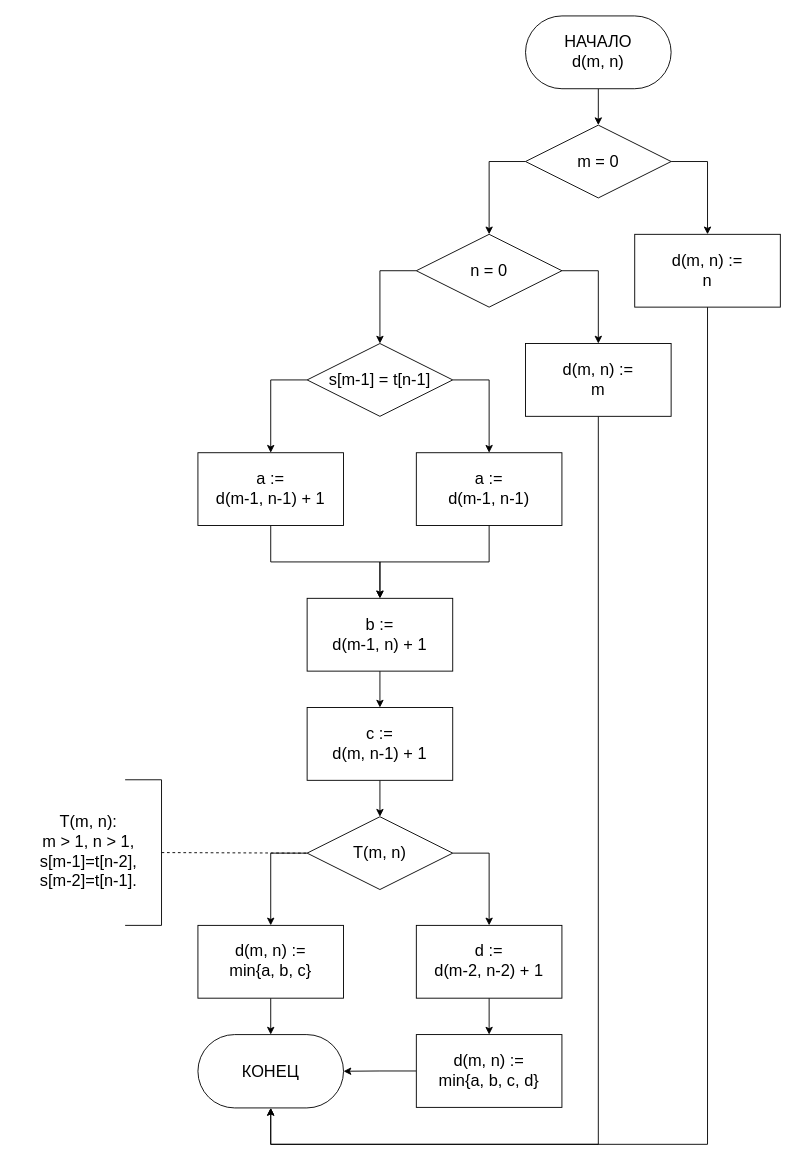
This is lab-01/report/alg-dl-recursive.drawio from spkirich/bmstu-aa, a draw.io file, before an edit. Source tidied: cells renumbered, new cells numbered last; positions are measured from the earlier drawing's top-left corner, leaving out a move shared by most shapes. Both pictures are drawn from the tidied source at 91%, with x=0, y=0 at pixel (15, 15).
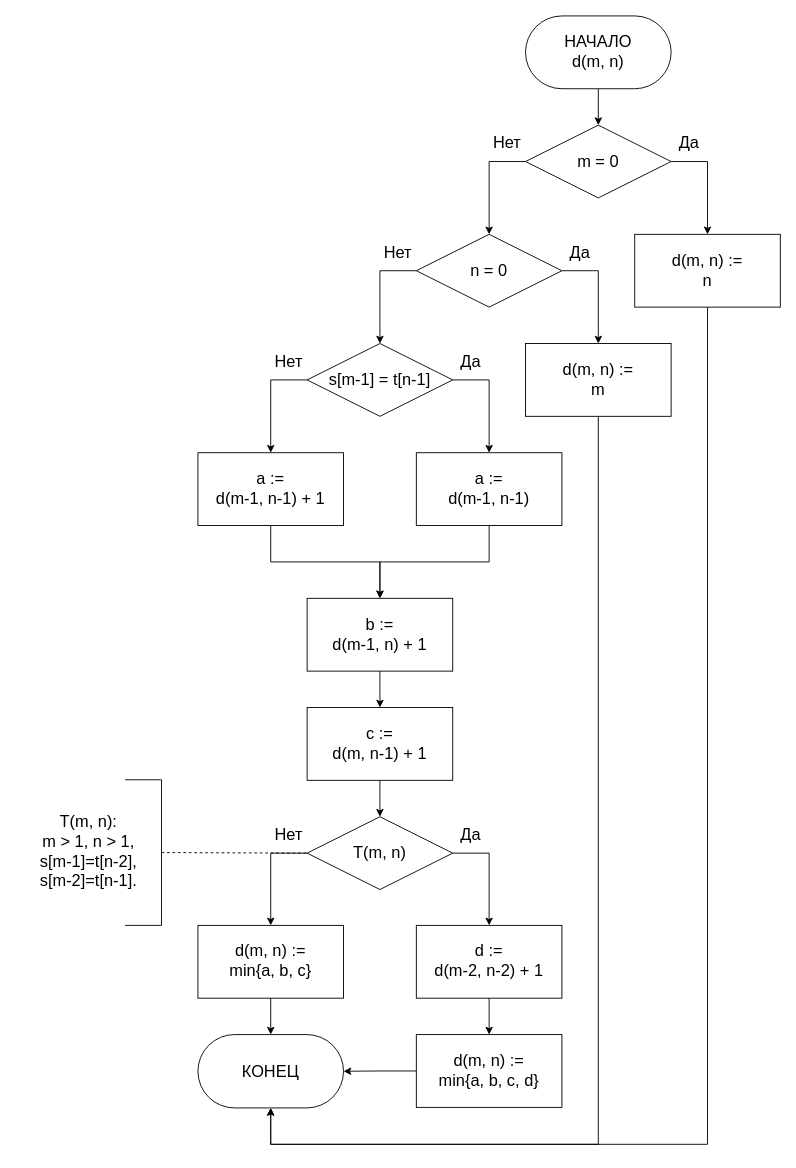
Above is the later version.

Change to the diagram source:
```diff
@@
+    <mxCell id="40" value="Да" style="text;html=1;strokeColor=none;fillColor=none;align=center;verticalAlign=middle;whiteSpace=wrap;rounded=0;fontSize=18;" parent="1" vertex="1">
+      <mxGeometry x="720" y="120" width="40" height="40" as="geometry" />
+    </mxCell>
+    <mxCell id="41" value="Нет" style="text;html=1;strokeColor=none;fillColor=none;align=center;verticalAlign=middle;whiteSpace=wrap;rounded=0;fontSize=18;" parent="1" vertex="1">
+      <mxGeometry x="520" y="120" width="40" height="40" as="geometry" />
+    </mxCell>
+    <mxCell id="42" value="Нет" style="text;html=1;strokeColor=none;fillColor=none;align=center;verticalAlign=middle;whiteSpace=wrap;rounded=0;fontSize=18;" parent="1" vertex="1">
+      <mxGeometry x="400" y="240" width="40" height="40" as="geometry" />
+    </mxCell>
+    <mxCell id="43" value="Да" style="text;html=1;strokeColor=none;fillColor=none;align=center;verticalAlign=middle;whiteSpace=wrap;rounded=0;fontSize=18;" parent="1" vertex="1">
+      <mxGeometry x="600" y="240" width="40" height="40" as="geometry" />
+    </mxCell>
+    <mxCell id="44" value="Да" style="text;html=1;strokeColor=none;fillColor=none;align=center;verticalAlign=middle;whiteSpace=wrap;rounded=0;fontSize=18;" parent="1" vertex="1">
+      <mxGeometry x="480" y="360" width="40" height="40" as="geometry" />
+    </mxCell>
+    <mxCell id="45" value="Да" style="text;html=1;strokeColor=none;fillColor=none;align=center;verticalAlign=middle;whiteSpace=wrap;rounded=0;fontSize=18;" parent="1" vertex="1">
+      <mxGeometry x="480" y="880" width="40" height="40" as="geometry" />
+    </mxCell>
+    <mxCell id="46" value="Нет" style="text;html=1;strokeColor=none;fillColor=none;align=center;verticalAlign=middle;whiteSpace=wrap;rounded=0;fontSize=18;" parent="1" vertex="1">
+      <mxGeometry x="280" y="360" width="40" height="40" as="geometry" />
+    </mxCell>
+    <mxCell id="47" value="Нет" style="text;html=1;strokeColor=none;fillColor=none;align=center;verticalAlign=middle;whiteSpace=wrap;rounded=0;fontSize=18;" parent="1" vertex="1">
+      <mxGeometry x="280" y="880" width="40" height="40" as="geometry" />
+    </mxCell>
```
